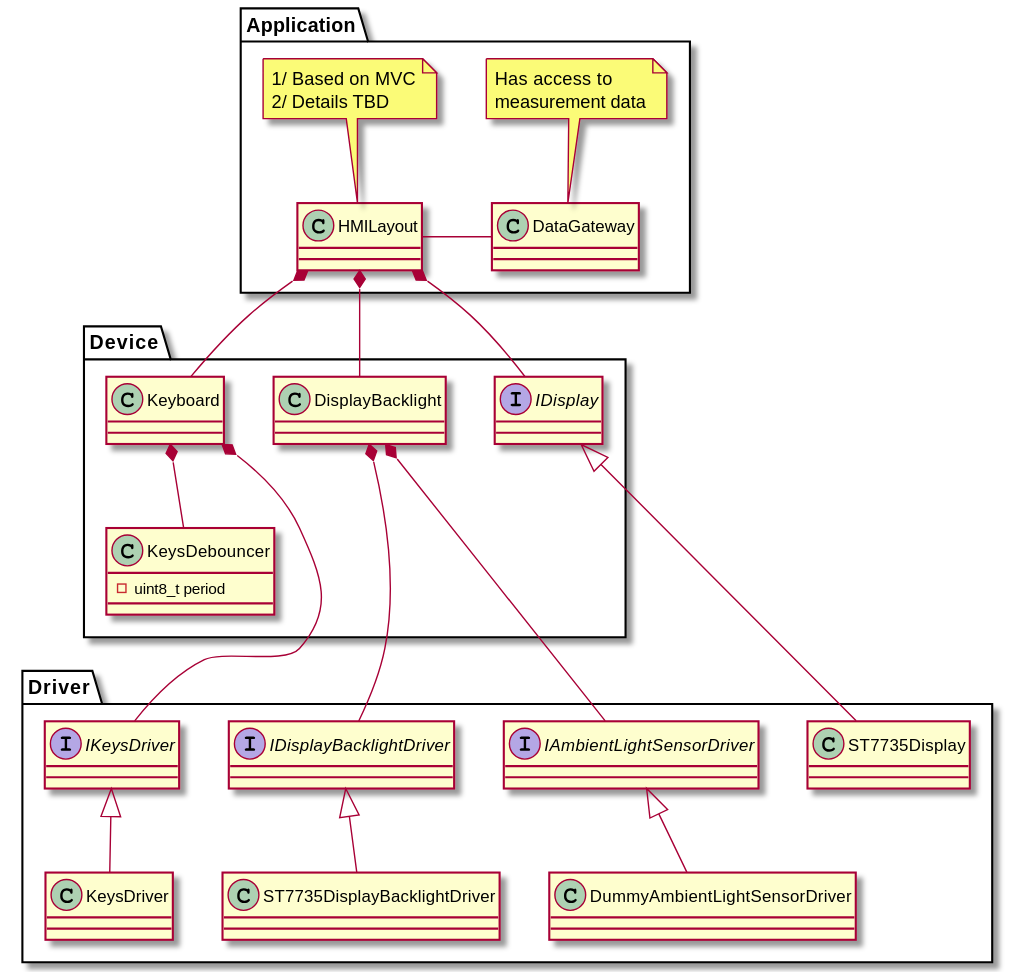
The PlantUML diagram Documentation/Diagrams/Export/Documentation/Diagrams/Source/NUCLEO-F103RB/HMI_Class_Diagram.svg in RobertGawron/HardwareDataLogger, before a commit.
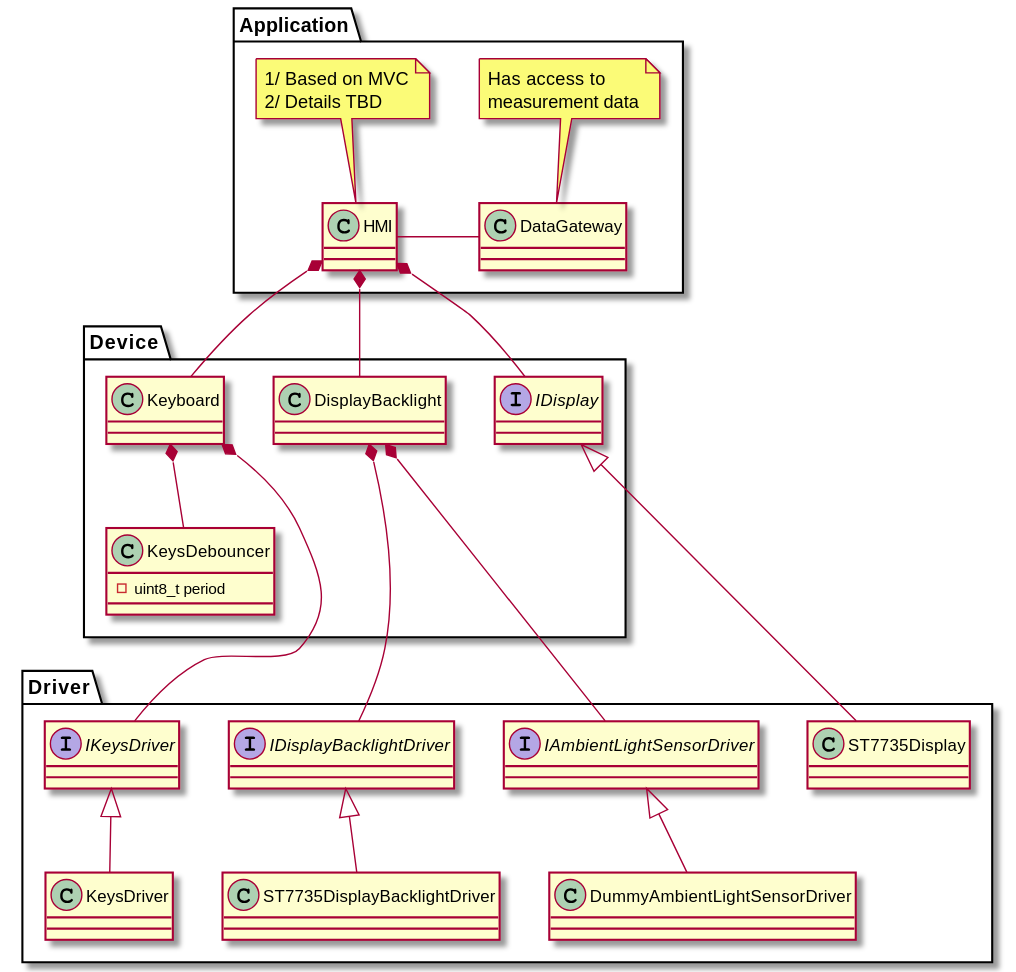
The same diagram one commit later.

The edit, as a diff of the source:
```diff
@@ -1,11 +1,11 @@
 @startuml
 
 package Application {
-    note top of HMILayout
+    note top of HMI
     1/ Based on MVC
     2/ Details TBD
     end note
-    class HMILayout
+    class HMI
 
     note top of DataGateway
     Has access to
@@ -54,10 +54,9 @@
 Keyboard *--- IKeysDriver
 Keyboard *-- KeysDebouncer
 
-HMILayout *-- IDisplay
-HMILayout *-- DisplayBacklight
-HMILayout *-- Keyboard
-HMILayout - DataGateway
-
+HMI *-- IDisplay
+HMI *-- DisplayBacklight
+HMI *-- Keyboard
+HMI - DataGateway
 
 @enduml
```
